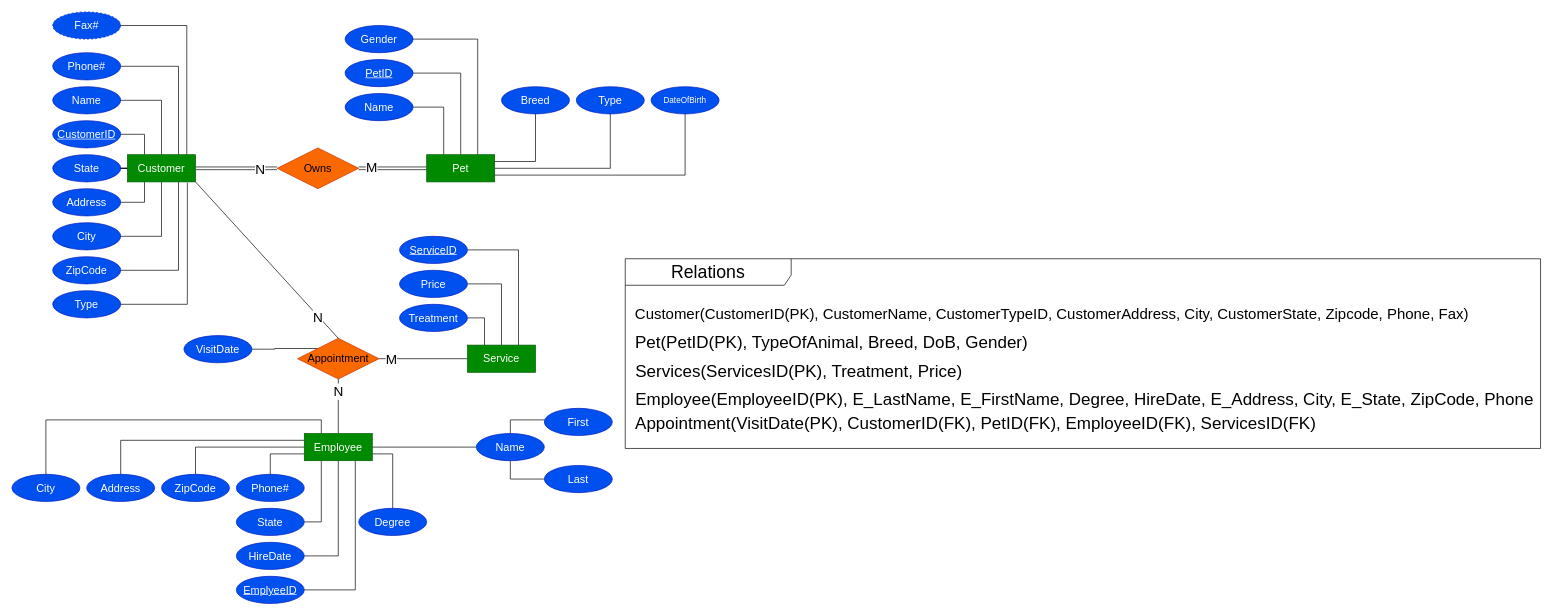
gunnarlandstrom1337/databas_modellering keeps this draw.io diagram as labb_2/labb2_ER.drawio. Above is the earlier version. Source tidied: cells renumbered, new cells numbered last; positions are measured from the earlier drawing's top-left corner, leaving out a move shared by most shapes. Both pictures are drawn from the tidied source at 68%, with x=0, y=0 at pixel (12, 12).
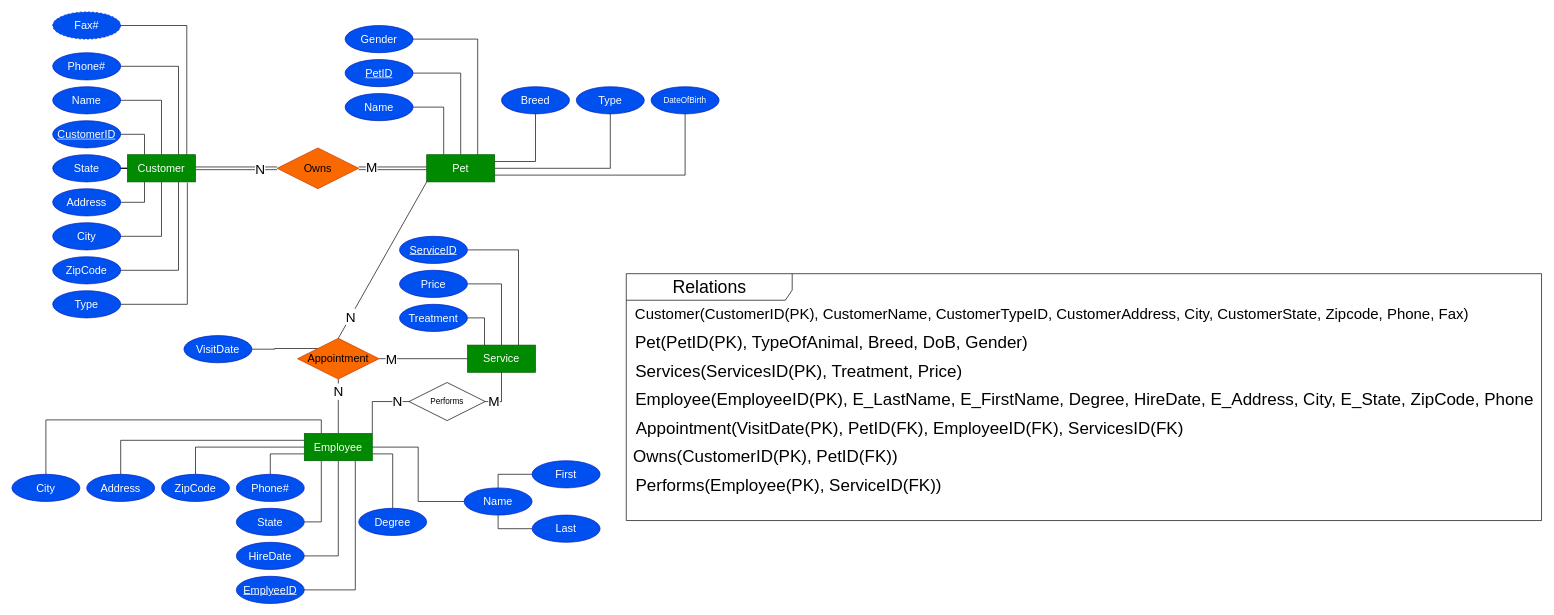
Above is the later version.

Commit message (it also covers changes not shown here):
labb2klar

The change refers to these unchanged cells:
```xml
<mxCell id="13" value="&lt;font style=&quot;font-size: 16px;&quot;&gt;Customer&lt;/font&gt;" style="whiteSpace=wrap;html=1;align=center;fillColor=#008a00;fontColor=#ffffff;strokeColor=#005700;" parent="1" vertex="1">
  <mxGeometry x="170" y="210" width="100" height="40" as="geometry" />
</mxCell>
<mxCell id="23" value="&lt;font style=&quot;font-size: 16px;&quot;&gt;Pet&lt;/font&gt;" style="whiteSpace=wrap;html=1;align=center;fillColor=#008a00;fontColor=#ffffff;strokeColor=#005700;" parent="1" vertex="1">
  <mxGeometry x="610" y="210" width="100" height="40" as="geometry" />
</mxCell>
<mxCell id="43" value="&lt;font style=&quot;font-size: 16px;&quot;&gt;Appointment&lt;/font&gt;" style="shape=rhombus;perimeter=rhombusPerimeter;whiteSpace=wrap;html=1;align=center;fillColor=#fa6800;fontColor=#000000;strokeColor=#C73500;" parent="1" vertex="1">
  <mxGeometry x="420" y="480" width="120" height="60" as="geometry" />
</mxCell>
<mxCell id="47" value="&lt;font style=&quot;font-size: 16px;&quot;&gt;Service&lt;/font&gt;" style="whiteSpace=wrap;html=1;align=center;fillColor=#008a00;fontColor=#ffffff;strokeColor=#005700;" parent="1" vertex="1">
  <mxGeometry x="670" y="490" width="100" height="40" as="geometry" />
</mxCell>
<mxCell id="62" value="&lt;font style=&quot;font-size: 16px;&quot;&gt;Employee&lt;/font&gt;" style="whiteSpace=wrap;html=1;align=center;fillColor=#008a00;fontColor=#ffffff;strokeColor=#005700;" parent="1" vertex="1">
  <mxGeometry x="430" y="620" width="100" height="40" as="geometry" />
</mxCell>
```

The edit, as a diff of the source:
```diff
@@
-    <mxCell id="51" style="endArrow=none;html=1;rounded=0;exitX=1;exitY=1;exitDx=0;exitDy=0;entryX=0.5;entryY=0;entryDx=0;entryDy=0;" parent="1" edge="1" source="13" target="43">
+    <mxCell id="51" style="endArrow=none;html=1;rounded=0;exitX=0;exitY=1;exitDx=0;exitDy=0;entryX=0.5;entryY=0;entryDx=0;entryDy=0;" parent="1" edge="1" source="23" target="43">
       <mxGeometry relative="1" as="geometry" />
     </mxCell>
@@
+    <mxCell id="84" style="edgeStyle=orthogonalEdgeStyle;rounded=0;jettySize=auto;html=1;exitX=1;exitY=0;exitDx=0;exitDy=0;entryX=0;entryY=0.5;entryDx=0;entryDy=0;endArrow=none;endFill=0;" parent="1" edge="1" source="62" target="88">
+      <mxGeometry relative="1" as="geometry" />
+    </mxCell>
+    <mxCell id="85" value="&lt;font style=&quot;font-size: 20px;&quot;&gt;N&lt;/font&gt;" style="edgeLabel;html=1;align=center;verticalAlign=middle;" parent="84" vertex="1">
+      <mxGeometry x="0.65" y="2" relative="1" as="geometry" />
+    </mxCell>
@@
     <mxCell id="71" value="&lt;font style=&quot;font-size: 16px;&quot;&gt;Name&lt;/font&gt;" style="ellipse;whiteSpace=wrap;html=1;align=center;fillColor=#0050ef;fontColor=#ffffff;strokeColor=#001DBC;" parent="1" vertex="1">
-      <mxGeometry x="683" y="620" width="100" height="40" as="geometry" />
+      <mxGeometry x="665" y="700" width="100" height="40" as="geometry" />
     </mxCell>
@@
     <mxCell id="74" value="&lt;font style=&quot;font-size: 16px;&quot;&gt;First&lt;/font&gt;" style="ellipse;whiteSpace=wrap;html=1;align=center;fillColor=#0050ef;fontColor=#ffffff;strokeColor=#001DBC;" parent="1" vertex="1">
-      <mxGeometry x="783" y="583" width="100" height="40" as="geometry" />
+      <mxGeometry x="765" y="660" width="100" height="40" as="geometry" />
     </mxCell>
     <mxCell id="75" value="&lt;font style=&quot;font-size: 16px;&quot;&gt;Last&lt;/font&gt;" style="ellipse;whiteSpace=wrap;html=1;align=center;fillColor=#0050ef;fontColor=#ffffff;strokeColor=#001DBC;" parent="1" vertex="1">
-      <mxGeometry x="783" y="667" width="100" height="40" as="geometry" />
+      <mxGeometry x="765" y="740" width="100" height="40" as="geometry" />
     </mxCell>
@@
     <mxCell id="78" value="&lt;font style=&quot;font-size: 26px;&quot;&gt;Relations&lt;/font&gt;" style="shape=umlFrame;whiteSpace=wrap;html=1;width=244;height=39;" parent="1" vertex="1">
-      <mxGeometry x="902" y="363" width="1346" height="279" as="geometry" />
+      <mxGeometry x="903.5" y="385" width="1346" height="363" as="geometry" />
     </mxCell>
@@
-    <mxCell id="83" value="&lt;font style=&quot;font-size: 25px;&quot;&gt;Appointment(VisitDate(PK), CustomerID(FK), PetID(FK), EmployeeID(FK), ServicesID(FK)&lt;/font&gt;" style="text;html=1;align=center;verticalAlign=middle;strokeColor=none;fillColor=none;" parent="1" vertex="1">
-      <mxGeometry x="907" y="583" width="1019" height="42" as="geometry" />
+    <mxCell id="83" value="&lt;font style=&quot;font-size: 25px;&quot;&gt;Appointment(VisitDate(PK), PetID(FK), EmployeeID(FK), ServicesID(FK)&lt;/font&gt;" style="text;html=1;align=center;verticalAlign=middle;strokeColor=none;fillColor=none;" parent="1" vertex="1">
+      <mxGeometry x="908" y="590" width="823" height="42" as="geometry" />
     </mxCell>
+    <mxCell id="86" style="edgeStyle=orthogonalEdgeStyle;rounded=0;jettySize=auto;html=1;exitX=1;exitY=0.5;exitDx=0;exitDy=0;entryX=0.5;entryY=1;entryDx=0;entryDy=0;endArrow=none;endFill=0;" parent="1" edge="1" source="88" target="47">
+      <mxGeometry relative="1" as="geometry" />
+    </mxCell>
+    <mxCell id="87" value="&lt;font style=&quot;font-size: 20px;&quot;&gt;M&lt;/font&gt;" style="edgeLabel;html=1;align=center;verticalAlign=middle;" parent="86" vertex="1">
+      <mxGeometry x="-0.72" relative="1" as="geometry">
+        <mxPoint x="3" y="-2" as="offset" />
+      </mxGeometry>
+    </mxCell>
+    <mxCell id="88" value="Performs" style="shape=rhombus;perimeter=rhombusPerimeter;whiteSpace=wrap;html=1;align=center;" parent="1" vertex="1">
+      <mxGeometry x="584" y="545" width="112" height="56" as="geometry" />
+    </mxCell>
+    <mxCell id="89" value="&lt;font style=&quot;font-size: 25px;&quot;&gt;Owns(CustomerID(PK), PetID(FK))&lt;/font&gt;" style="text;html=1;align=center;verticalAlign=middle;strokeColor=none;fillColor=none;" parent="1" vertex="1">
+      <mxGeometry x="904" y="632" width="407" height="42" as="geometry" />
+    </mxCell>
+    <mxCell id="90" value="&lt;font style=&quot;font-size: 25px;&quot;&gt;Performs(Employee(PK), ServiceID(FK))&lt;/font&gt;" style="text;html=1;align=center;verticalAlign=middle;strokeColor=none;fillColor=none;" parent="1" vertex="1">
+      <mxGeometry x="908" y="674" width="468" height="42" as="geometry" />
+    </mxCell>
```
